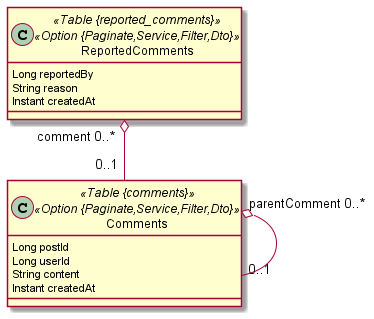
The PlantUML diagram infra/db/jdl/comment_db.png in shegga9x/AppF4, before a commit. The source it was exported from:
```plantuml
@startuml
	!pragma syntax class
	class Comments <<Table {comments}>><<Option {Paginate,Service,Filter,Dto}>> {
		Long postId
		Long userId
		String content
		Instant createdAt
	}
	class ReportedComments <<Table {reported_comments}>><<Option {Paginate,Service,Filter,Dto}>> {
		Long reportedBy
		String reason
		Instant createdAt
	}
	Comments  "parentComment 0..* " o-- "0..1 "  Comments
	ReportedComments  "comment 0..* " o-- "0..1 "  Comments
@enduml
```
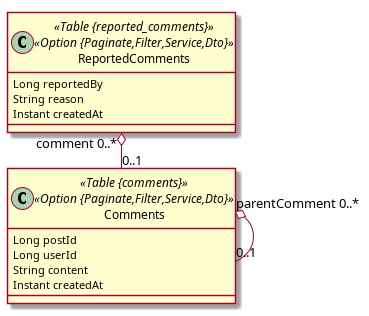
After the commit.

Diff of the diagram source:
```diff
@@ -1,12 +1,13 @@
 @startuml
+	!pragma layout smetana
 	!pragma syntax class
-	class Comments <<Table {comments}>><<Option {Paginate,Service,Filter,Dto}>> {
+	class Comments <<Table {comments}>><<Option {Paginate,Filter,Service,Dto}>> {
 		Long postId
 		Long userId
 		String content
 		Instant createdAt
 	}
-	class ReportedComments <<Table {reported_comments}>><<Option {Paginate,Service,Filter,Dto}>> {
+	class ReportedComments <<Table {reported_comments}>><<Option {Paginate,Filter,Service,Dto}>> {
 		Long reportedBy
 		String reason
 		Instant createdAt
```
